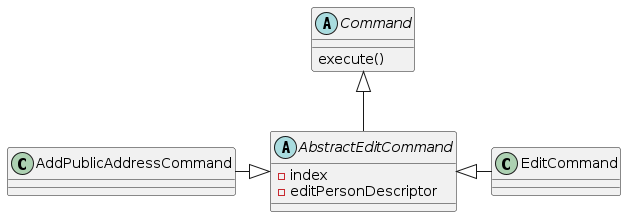
Before: diagrams/AbstractEditCommandClassDiagram.png, a diagram exported from PlantUML (chongtzezhao/tp). Its source is kept beside it as diagrams/AbstractEditCommandClassDiagram.puml.
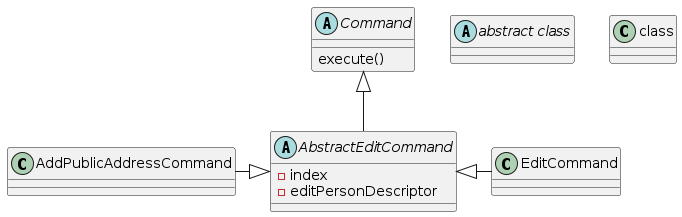
Above is the later version.

Change to the diagram source:
```diff
@@ -12,5 +12,7 @@
 Command <|-- AbstractEditCommand
 AbstractEditCommand <|- EditCommand
 AddPublicAddressCommand -|> AbstractEditCommand
+abstract "abstract class"
+class "class"
 
 @enduml
```
